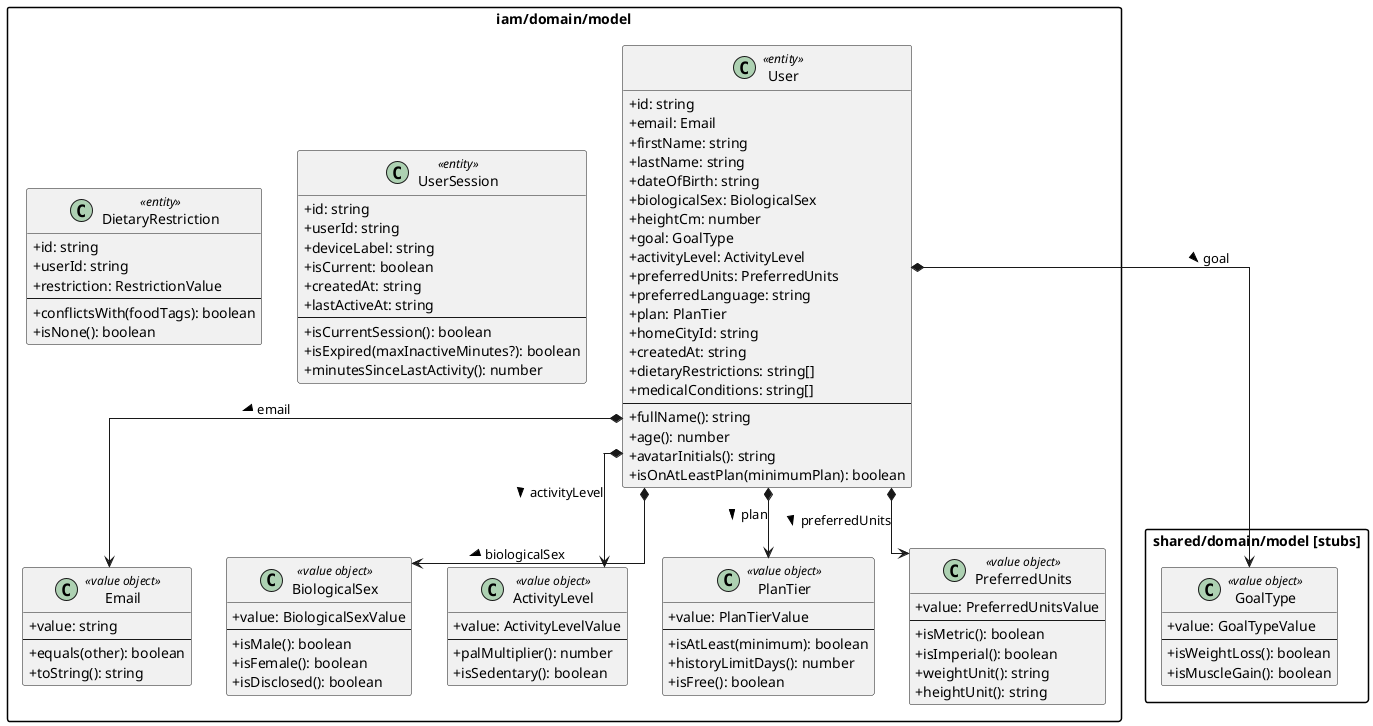
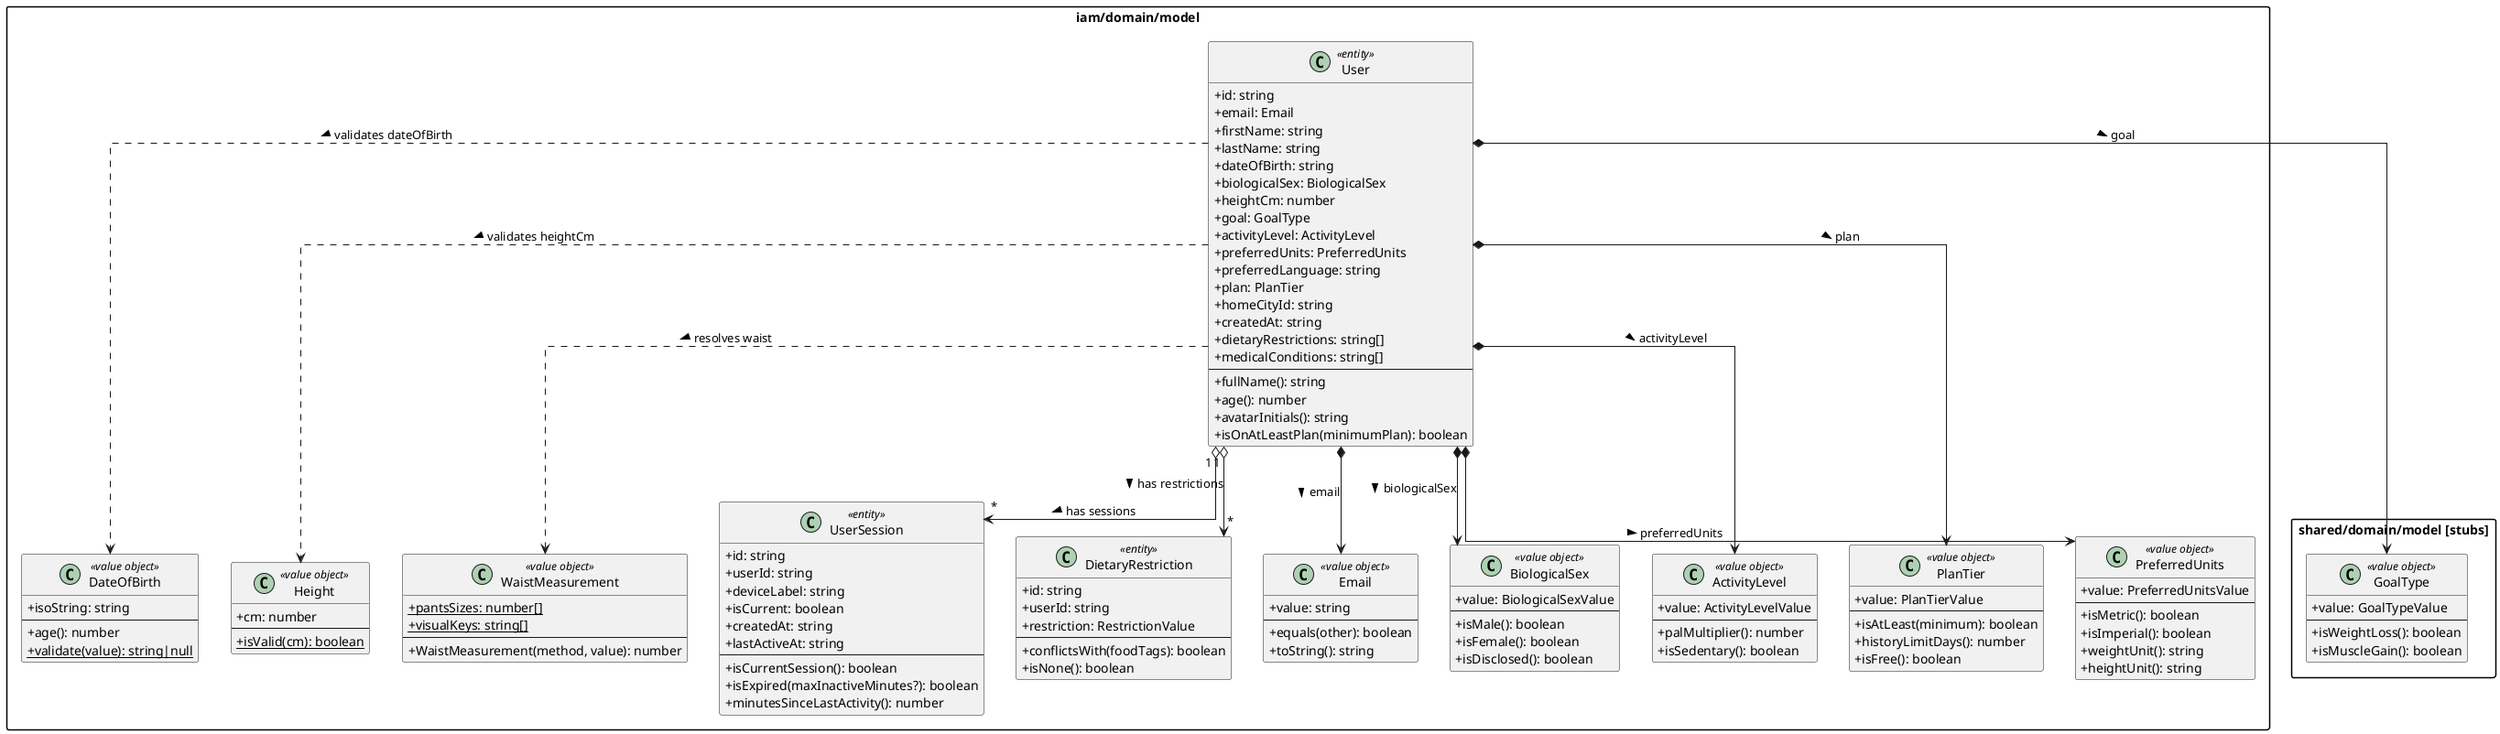
﻿@startuml
skinparam monochrome false
skinparam classAttributeIconSize 0
skinparam packageStyle rectangle
skinparam linetype ortho

package "shared/domain/model [stubs]" {
  class GoalType <<value object>> {
    + value: GoalTypeValue
    --
    + isWeightLoss(): boolean
    + isMuscleGain(): boolean
  }
}

package "iam/domain/model" {
+ 
+   class DateOfBirth <<value object>> {
+     + isoString: string
+     --
+     + age(): number
+     + {static} validate(value): string|null
+   }
+ 
+   class Height <<value object>> {
+     + cm: number
+     --
+     + {static} isValid(cm): boolean
+   }
+ 
+   class WaistMeasurement <<value object>> {
+     + {static} pantsSizes: number[]
+     + {static} visualKeys: string[]
+     --
+     + WaistMeasurement(method, value): number
+   }

  class User <<entity>> {
    + id: string
    + email: Email
    + firstName: string
    + lastName: string
    + dateOfBirth: string
    + biologicalSex: BiologicalSex
    + heightCm: number
    + goal: GoalType
    + activityLevel: ActivityLevel
    + preferredUnits: PreferredUnits
    + preferredLanguage: string
    + plan: PlanTier
    + homeCityId: string
    + createdAt: string
    + dietaryRestrictions: string[]
    + medicalConditions: string[]
    --
    + fullName(): string
    + age(): number
    + avatarInitials(): string
    + isOnAtLeastPlan(minimumPlan): boolean
  }

  class UserSession <<entity>> {
    + id: string
    + userId: string
    + deviceLabel: string
    + isCurrent: boolean
    + createdAt: string
    + lastActiveAt: string
    --
    + isCurrentSession(): boolean
    + isExpired(maxInactiveMinutes?): boolean
    + minutesSinceLastActivity(): number
  }

  class DietaryRestriction <<entity>> {
    + id: string
    + userId: string
    + restriction: RestrictionValue
    --
    + conflictsWith(foodTags): boolean
    + isNone(): boolean
  }

  class Email <<value object>> {
    + value: string
    --
    + equals(other): boolean
    + toString(): string
  }

  class BiologicalSex <<value object>> {
    + value: BiologicalSexValue
    --
    + isMale(): boolean
    + isFemale(): boolean
    + isDisclosed(): boolean
  }

  class ActivityLevel <<value object>> {
    + value: ActivityLevelValue
    --
    + palMultiplier(): number
    + isSedentary(): boolean
  }

  class PlanTier <<value object>> {
    + value: PlanTierValue
    --
    + isAtLeast(minimum): boolean
    + historyLimitDays(): number
    + isFree(): boolean
  }

  class PreferredUnits <<value object>> {
    + value: PreferredUnitsValue
    --
    + isMetric(): boolean
    + isImperial(): boolean
    + weightUnit(): string
    + heightUnit(): string
  }
}

User *--> Email : email >
User *--> BiologicalSex : biologicalSex >
User *--> ActivityLevel : activityLevel >
User *--> PlanTier : plan >
User *--> PreferredUnits : preferredUnits >
User *--> GoalType : goal >
+ User "1" o--> "*" UserSession : has sessions >
+ User "1" o--> "*" DietaryRestriction : has restrictions >
+ User ..> DateOfBirth : validates dateOfBirth >
+ User ..> Height : validates heightCm >
+ User ..> WaistMeasurement : resolves waist >

@enduml
